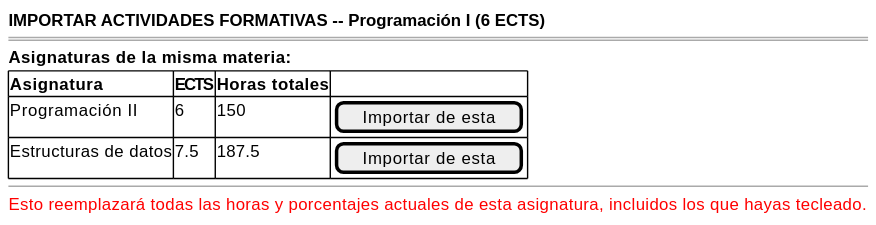
The PlantUML diagram images/RUP/01-requisitos/03-detalle-casos-uso/importarActividadesFormativasDeAsignaturaProgramaPrima/wireframe.svg in mmasias/pyCeldaPublico, before a commit.
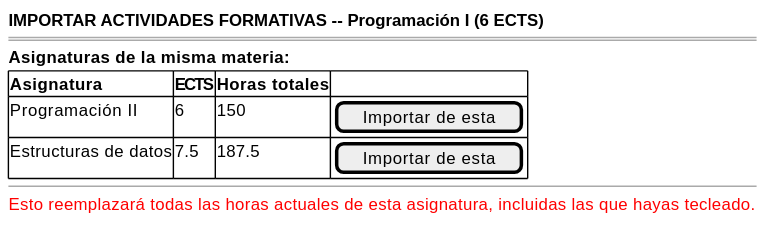
Later version of the same file.

Change to the diagram source:
```diff
@@ -1,4 +1,4 @@
-@startsalt importarActividadesFormativasDeAsignaturaGradoPrima-wireframe
+@startsalt importarActividadesFormativasDeAsignaturaProgramaPrima-wireframe
 {
     <b>IMPORTAR ACTIVIDADES FORMATIVAS -- Programación I (6 ECTS)</b>
     ====
@@ -9,6 +9,6 @@
         Estructuras de datos       | 7.5         | 187.5                | {[Importar de esta]}
     }
     --
-    <color:red>Esto reemplazará todas las horas y porcentajes actuales de esta asignatura, incluidos los que hayas tecleado.</color>
+    <color:red>Esto reemplazará todas las horas actuales de esta asignatura, incluidas las que hayas tecleado.</color>
 }
 @endsalt
```
